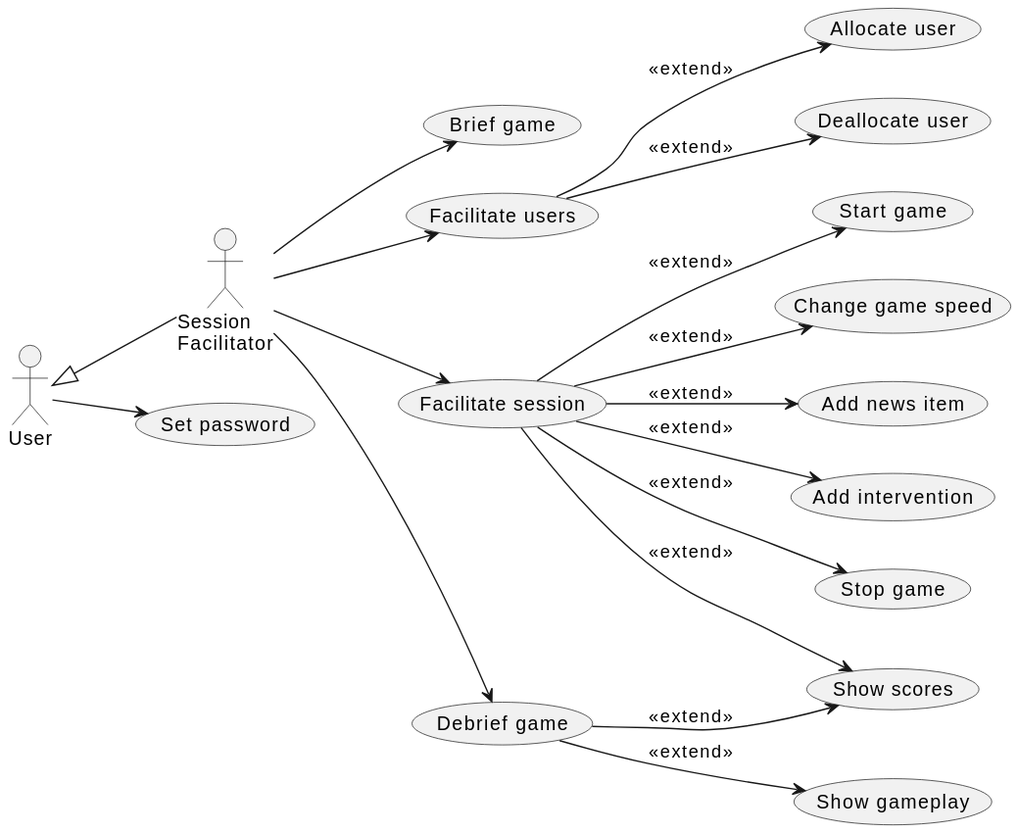
averbraeck/gscg-design keeps this PlantUML diagram as doc/1-use-cases/diagrams/session-facilitation.svg. Above is the earlier version. Its diagram source:
```plantuml
@startuml
left to right direction

"Session\nFacilitator" as SF
User <|-- SF

User --> (Set password)

SF --> (Brief game)

SF --> (Facilitate users)
(Facilitate users) --> (Allocate user) : << extend >>
(Facilitate users) --> (Deallocate user) : << extend >>

SF --> (Facilitate session)
(Facilitate session) --> (Start game) : << extend >>
(Facilitate session) --> (Change game speed) : << extend >>
(Facilitate session) --> (Add news item) : << extend >>
(Facilitate session) --> (Add intervention) : << extend >>
(Facilitate session) --> (Stop game) : << extend >>
(Facilitate session) --> (Show scores) : << extend >>

SF --> (Debrief game)
(Debrief game) --> (Show scores) : << extend >>
(Debrief game) --> (Show gameplay) : << extend >>
@enduml
```
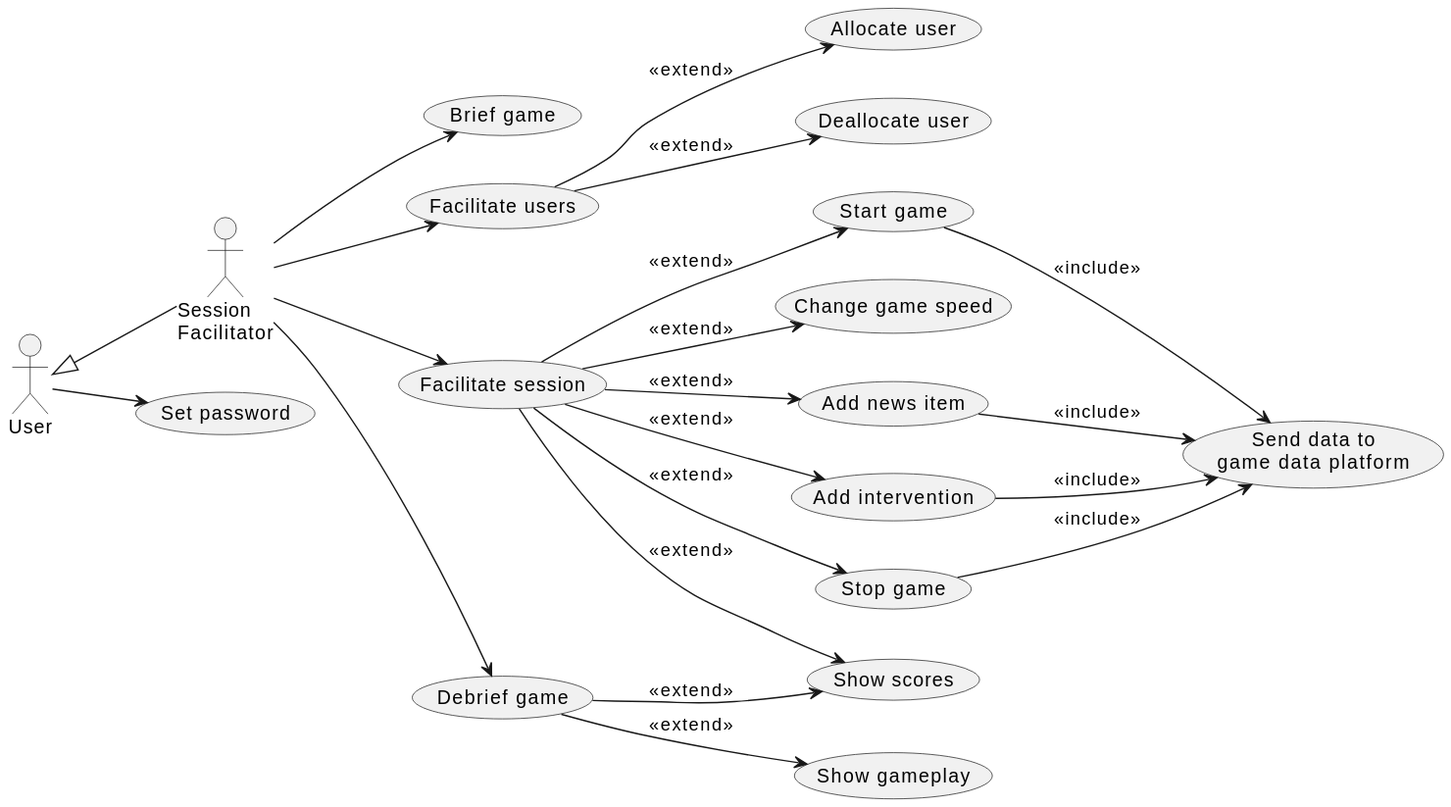
Later version of the same file.

Change to the diagram source:
```diff
@@ -20,6 +20,11 @@
 (Facilitate session) --> (Stop game) : << extend >>
 (Facilitate session) --> (Show scores) : << extend >>
 
+(Start game) --> (Send data to\ngame data platform) : << include >>
+(Add news item) --> (Send data to\ngame data platform) : << include >>
+(Add intervention) --> (Send data to\ngame data platform) : << include >>
+(Stop game) --> (Send data to\ngame data platform) : << include >>
+
 SF --> (Debrief game)
 (Debrief game) --> (Show scores) : << extend >>
 (Debrief game) --> (Show gameplay) : << extend >>
```
